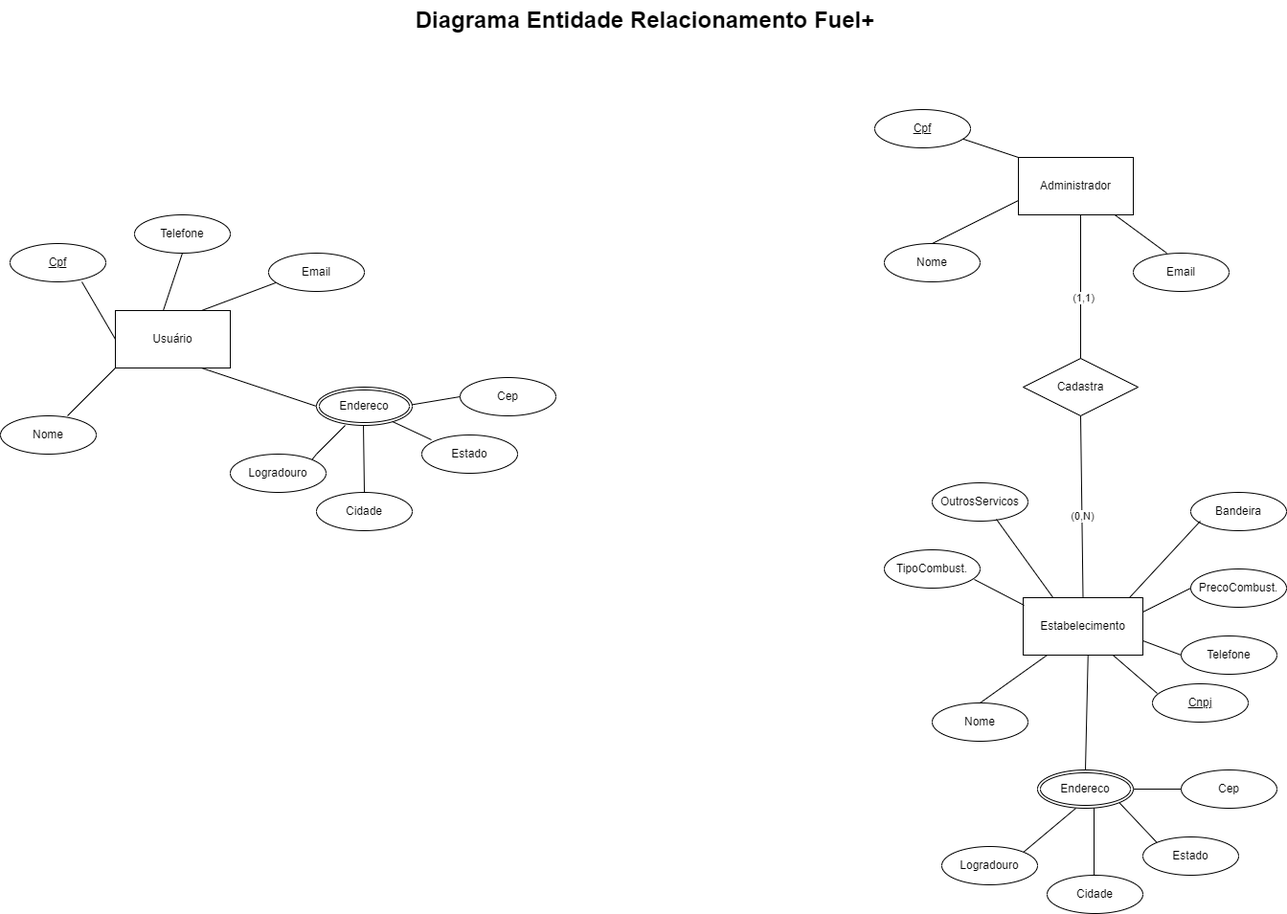
Before: docs/img/Diagrama ER Fuel+.drawio.png, a diagram exported from draw.io (ICEI-PUC-Minas-PMV-ADS/pmv-ads-2024-1-e3-proj-mov-t4-fuel). Source tidied: cells renumbered, new cells last; positions are measured from the earlier drawing's top-left corner, leaving out a move shared by most shapes. The source it was exported from:
```xml
<mxGraphModel>
  <root>
    <mxCell id="0" />
    <mxCell id="1" parent="0" />
    <mxCell id="2" value="Usuário" style="rounded=0;whiteSpace=wrap;html=1;" parent="1" vertex="1">
      <mxGeometry x="120" y="324" width="120" height="60" as="geometry" />
    </mxCell>
    <mxCell id="3" value="Administrador" style="rounded=0;whiteSpace=wrap;html=1;" parent="1" vertex="1">
      <mxGeometry x="1063" y="164" width="120" height="60" as="geometry" />
    </mxCell>
    <mxCell id="4" value="Estabelecimento" style="rounded=0;whiteSpace=wrap;html=1;" parent="1" vertex="1">
      <mxGeometry x="1068" y="624" width="125" height="60" as="geometry" />
    </mxCell>
    <mxCell id="5" style="endArrow=none;html=1;rounded=0;" parent="1" edge="1">
      <mxGeometry relative="1" as="geometry">
        <mxPoint x="70" y="434" as="sourcePoint" />
        <mxPoint x="120" y="384" as="targetPoint" />
      </mxGeometry>
    </mxCell>
    <mxCell id="6" style="endArrow=none;html=1;rounded=0;" parent="1" edge="1">
      <mxGeometry relative="1" as="geometry">
        <mxPoint x="210" y="324" as="sourcePoint" />
        <mxPoint x="290" y="294" as="targetPoint" />
        <Array as="points">
          <mxPoint x="210" y="324" />
        </Array>
      </mxGeometry>
    </mxCell>
    <mxCell id="7" style="endArrow=none;html=1;rounded=0;exitX=0;exitY=0.5;exitDx=0;exitDy=0;entryX=0.75;entryY=1;entryDx=0;entryDy=0;" parent="1" edge="1" target="2">
      <mxGeometry relative="1" as="geometry">
        <mxPoint x="330" y="424" as="sourcePoint" />
      </mxGeometry>
    </mxCell>
    <mxCell id="8" style="endArrow=none;html=1;rounded=0;" parent="1" edge="1" target="3">
      <mxGeometry relative="1" as="geometry">
        <mxPoint x="1218" y="264" as="sourcePoint" />
      </mxGeometry>
    </mxCell>
    <mxCell id="9" style="endArrow=none;html=1;rounded=0;entryX=0.5;entryY=1;entryDx=0;entryDy=0;exitX=0;exitY=0;exitDx=0;exitDy=0;" parent="1" edge="1" source="3">
      <mxGeometry relative="1" as="geometry">
        <mxPoint x="1003" y="144" as="targetPoint" />
      </mxGeometry>
    </mxCell>
    <mxCell id="10" style="endArrow=none;html=1;rounded=0;entryX=0;entryY=0.75;entryDx=0;entryDy=0;" parent="1" edge="1" target="3">
      <mxGeometry relative="1" as="geometry">
        <mxPoint x="973" y="254" as="sourcePoint" />
      </mxGeometry>
    </mxCell>
    <mxCell id="11" value="Cadastra" style="shape=rhombus;perimeter=rhombusPerimeter;whiteSpace=wrap;html=1;align=center;" parent="1" vertex="1">
      <mxGeometry x="1068" y="374" width="120" height="60" as="geometry" />
    </mxCell>
    <mxCell id="12" value="Cpf" style="ellipse;whiteSpace=wrap;html=1;align=center;fontStyle=4;" parent="1" vertex="1">
      <mxGeometry x="10" y="254" width="100" height="40" as="geometry" />
    </mxCell>
    <mxCell id="13" value="Logradouro" style="ellipse;whiteSpace=wrap;html=1;align=center;" parent="1" vertex="1">
      <mxGeometry x="240" y="474" width="100" height="40" as="geometry" />
    </mxCell>
    <mxCell id="14" value="Estado" style="ellipse;whiteSpace=wrap;html=1;align=center;" parent="1" vertex="1">
      <mxGeometry x="440" y="454" width="100" height="40" as="geometry" />
    </mxCell>
    <mxCell id="15" value="Cidade" style="ellipse;whiteSpace=wrap;html=1;align=center;" parent="1" vertex="1">
      <mxGeometry x="330" y="514" width="100" height="40" as="geometry" />
    </mxCell>
    <mxCell id="16" value="Cep" style="ellipse;whiteSpace=wrap;html=1;align=center;" parent="1" vertex="1">
      <mxGeometry x="480" y="394" width="100" height="40" as="geometry" />
    </mxCell>
    <mxCell id="17" style="endArrow=none;html=1;rounded=0;exitX=1;exitY=0;exitDx=0;exitDy=0;" parent="1" edge="1" source="13">
      <mxGeometry relative="1" as="geometry">
        <mxPoint x="360" y="444" as="targetPoint" />
        <Array as="points">
          <mxPoint x="330" y="474" />
        </Array>
      </mxGeometry>
    </mxCell>
    <mxCell id="18" style="endArrow=none;html=1;rounded=0;entryX=0.59;entryY=0.95;entryDx=0;entryDy=0;entryPerimeter=0;exitX=0.5;exitY=0;exitDx=0;exitDy=0;" parent="1" edge="1" source="15">
      <mxGeometry relative="1" as="geometry">
        <mxPoint x="379" y="442" as="targetPoint" />
      </mxGeometry>
    </mxCell>
    <mxCell id="19" style="endArrow=none;html=1;rounded=0;exitX=0;exitY=0.5;exitDx=0;exitDy=0;" parent="1" edge="1" source="2">
      <mxGeometry relative="1" as="geometry">
        <mxPoint x="85" y="294" as="targetPoint" />
      </mxGeometry>
    </mxCell>
    <mxCell id="20" style="endArrow=none;html=1;rounded=0;exitX=1;exitY=1;exitDx=0;exitDy=0;" parent="1" edge="1">
      <mxGeometry relative="1" as="geometry">
        <mxPoint x="405.4" y="438.1" as="sourcePoint" />
        <mxPoint x="450" y="459" as="targetPoint" />
      </mxGeometry>
    </mxCell>
    <mxCell id="21" style="endArrow=none;html=1;rounded=0;exitX=1;exitY=0.5;exitDx=0;exitDy=0;entryX=0;entryY=0.5;entryDx=0;entryDy=0;" parent="1" edge="1" target="16">
      <mxGeometry relative="1" as="geometry">
        <mxPoint x="420" y="424" as="sourcePoint" />
      </mxGeometry>
    </mxCell>
    <mxCell id="22" value="Email" style="ellipse;whiteSpace=wrap;html=1;align=center;" parent="1" vertex="1">
      <mxGeometry x="280" y="264" width="100" height="40" as="geometry" />
    </mxCell>
    <mxCell id="23" value="Nome" style="ellipse;whiteSpace=wrap;html=1;align=center;" parent="1" vertex="1">
      <mxGeometry y="434" width="100" height="40" as="geometry" />
    </mxCell>
    <mxCell id="24" value="Nome" style="ellipse;whiteSpace=wrap;html=1;align=center;" parent="1" vertex="1">
      <mxGeometry x="923" y="254" width="100" height="40" as="geometry" />
    </mxCell>
    <mxCell id="25" value="Logradouro" style="ellipse;whiteSpace=wrap;html=1;align=center;" parent="1" vertex="1">
      <mxGeometry x="983" y="884" width="100" height="40" as="geometry" />
    </mxCell>
    <mxCell id="26" value="Email" style="ellipse;whiteSpace=wrap;html=1;align=center;" parent="1" vertex="1">
      <mxGeometry x="1183" y="264" width="100" height="40" as="geometry" />
    </mxCell>
    <mxCell id="27" value="Estado" style="ellipse;whiteSpace=wrap;html=1;align=center;" parent="1" vertex="1">
      <mxGeometry x="1193" y="874" width="100" height="40" as="geometry" />
    </mxCell>
    <mxCell id="28" value="Cidade" style="ellipse;whiteSpace=wrap;html=1;align=center;" parent="1" vertex="1">
      <mxGeometry x="1093" y="914" width="100" height="40" as="geometry" />
    </mxCell>
    <mxCell id="29" style="endArrow=none;html=1;rounded=0;exitX=1;exitY=0;exitDx=0;exitDy=0;" parent="1" edge="1" source="25">
      <mxGeometry relative="1" as="geometry">
        <mxPoint x="1123" y="844" as="targetPoint" />
      </mxGeometry>
    </mxCell>
    <mxCell id="30" style="endArrow=none;html=1;rounded=0;entryX=0.59;entryY=0.95;entryDx=0;entryDy=0;entryPerimeter=0;" parent="1" edge="1">
      <mxGeometry relative="1" as="geometry">
        <mxPoint x="1142" y="914" as="sourcePoint" />
        <mxPoint x="1142" y="842" as="targetPoint" />
      </mxGeometry>
    </mxCell>
    <mxCell id="31" style="endArrow=none;html=1;rounded=0;exitX=1;exitY=1;exitDx=0;exitDy=0;entryX=0;entryY=0;entryDx=0;entryDy=0;" parent="1" edge="1" target="27">
      <mxGeometry relative="1" as="geometry">
        <mxPoint x="1168.4" y="838.1" as="sourcePoint" />
      </mxGeometry>
    </mxCell>
    <mxCell id="32" style="endArrow=none;html=1;rounded=0;exitX=0.5;exitY=0;exitDx=0;exitDy=0;entryX=0.542;entryY=1;entryDx=0;entryDy=0;entryPerimeter=0;" parent="1" edge="1" source="43" target="4">
      <mxGeometry relative="1" as="geometry" />
    </mxCell>
    <mxCell id="33" value="Cep" style="ellipse;whiteSpace=wrap;html=1;align=center;" parent="1" vertex="1">
      <mxGeometry x="1233" y="804" width="100" height="40" as="geometry" />
    </mxCell>
    <mxCell id="34" style="endArrow=none;html=1;rounded=0;exitX=1;exitY=0.5;exitDx=0;exitDy=0;entryX=0;entryY=0.5;entryDx=0;entryDy=0;" parent="1" edge="1" target="33">
      <mxGeometry relative="1" as="geometry">
        <mxPoint x="1183" y="824" as="sourcePoint" />
      </mxGeometry>
    </mxCell>
    <mxCell id="35" style="endArrow=none;html=1;rounded=0;exitX=0.75;exitY=1;exitDx=0;exitDy=0;entryX=0.05;entryY=0.25;entryDx=0;entryDy=0;entryPerimeter=0;" parent="1" edge="1" source="4" target="44">
      <mxGeometry relative="1" as="geometry" />
    </mxCell>
    <mxCell id="36" style="endArrow=none;html=1;rounded=0;exitX=0.5;exitY=0;exitDx=0;exitDy=0;" parent="1" edge="1" source="37">
      <mxGeometry relative="1" as="geometry">
        <mxPoint x="1093" y="684" as="targetPoint" />
      </mxGeometry>
    </mxCell>
    <mxCell id="37" value="Nome" style="ellipse;whiteSpace=wrap;html=1;align=center;" parent="1" vertex="1">
      <mxGeometry x="973" y="734" width="100" height="40" as="geometry" />
    </mxCell>
    <mxCell id="38" style="endArrow=none;html=1;rounded=0;exitX=0.5;exitY=0;exitDx=0;exitDy=0;" parent="1" edge="1" source="11">
      <mxGeometry relative="1" as="geometry">
        <mxPoint x="1128" y="224" as="targetPoint" />
      </mxGeometry>
    </mxCell>
    <mxCell id="39" value="(1,1)" style="edgeLabel;html=1;align=center;verticalAlign=middle;" parent="38" vertex="1">
      <mxGeometry x="-0.15" y="-2" relative="1" as="geometry" />
    </mxCell>
    <mxCell id="40" style="endArrow=none;html=1;rounded=0;exitX=0.5;exitY=0;exitDx=0;exitDy=0;" parent="1" edge="1" source="4">
      <mxGeometry relative="1" as="geometry">
        <mxPoint x="1128" y="434" as="targetPoint" />
      </mxGeometry>
    </mxCell>
    <mxCell id="41" value="(0,N)" style="edgeLabel;html=1;align=center;verticalAlign=middle;" parent="40" vertex="1">
      <mxGeometry x="-0.1" relative="1" as="geometry" />
    </mxCell>
    <mxCell id="42" value="Endereco" style="ellipse;shape=doubleEllipse;margin=3;whiteSpace=wrap;html=1;align=center;" parent="1" vertex="1">
      <mxGeometry x="330" y="404" width="100" height="40" as="geometry" />
    </mxCell>
    <mxCell id="43" value="Endereco" style="ellipse;shape=doubleEllipse;margin=3;whiteSpace=wrap;html=1;align=center;" parent="1" vertex="1">
      <mxGeometry x="1083" y="804" width="100" height="40" as="geometry" />
    </mxCell>
    <mxCell id="44" value="Cnpj" style="ellipse;whiteSpace=wrap;html=1;align=center;fontStyle=4;" parent="1" vertex="1">
      <mxGeometry x="1203" y="714" width="100" height="40" as="geometry" />
    </mxCell>
    <mxCell id="45" value="Cpf" style="ellipse;whiteSpace=wrap;html=1;align=center;fontStyle=4;" parent="1" vertex="1">
      <mxGeometry x="913" y="114" width="100" height="40" as="geometry" />
    </mxCell>
    <mxCell id="46" value="Telefone" style="ellipse;whiteSpace=wrap;html=1;align=center;" parent="1" vertex="1">
      <mxGeometry x="140" y="224" width="100" height="40" as="geometry" />
    </mxCell>
    <mxCell id="47" style="endArrow=none;html=1;rounded=0;entryX=0.5;entryY=1;entryDx=0;entryDy=0;" parent="1" edge="1" target="46">
      <mxGeometry relative="1" as="geometry">
        <mxPoint x="170" y="324" as="sourcePoint" />
      </mxGeometry>
    </mxCell>
    <mxCell id="48" value="Telefone" style="ellipse;whiteSpace=wrap;html=1;align=center;" parent="1" vertex="1">
      <mxGeometry x="1233" y="664" width="100" height="40" as="geometry" />
    </mxCell>
    <mxCell id="49" style="endArrow=none;html=1;rounded=0;entryX=0;entryY=0.5;entryDx=0;entryDy=0;exitX=1;exitY=0.75;exitDx=0;exitDy=0;" parent="1" edge="1" source="4" target="48">
      <mxGeometry relative="1" as="geometry" />
    </mxCell>
    <mxCell id="50" value="OutrosServicos" style="ellipse;whiteSpace=wrap;html=1;align=center;" parent="1" vertex="1">
      <mxGeometry x="973" y="504" width="100" height="40" as="geometry" />
    </mxCell>
    <mxCell id="51" value="TipoCombust." style="ellipse;whiteSpace=wrap;html=1;align=center;" parent="1" vertex="1">
      <mxGeometry x="923" y="574" width="100" height="40" as="geometry" />
    </mxCell>
    <mxCell id="52" value="Bandeira" style="ellipse;whiteSpace=wrap;html=1;align=center;" parent="1" vertex="1">
      <mxGeometry x="1243" y="514" width="100" height="40" as="geometry" />
    </mxCell>
    <mxCell id="53" value="PrecoCombust." style="ellipse;whiteSpace=wrap;html=1;align=center;" parent="1" vertex="1">
      <mxGeometry x="1243" y="594" width="100" height="40" as="geometry" />
    </mxCell>
    <mxCell id="54" style="endArrow=none;html=1;rounded=0;exitX=0.94;exitY=0.775;exitDx=0;exitDy=0;exitPerimeter=0;entryX=0.008;entryY=0.133;entryDx=0;entryDy=0;entryPerimeter=0;" parent="1" edge="1" source="51" target="4">
      <mxGeometry relative="1" as="geometry" />
    </mxCell>
    <mxCell id="55" style="endArrow=none;html=1;rounded=0;exitX=1;exitY=0.25;exitDx=0;exitDy=0;entryX=0;entryY=0.5;entryDx=0;entryDy=0;" parent="1" edge="1" source="4" target="53">
      <mxGeometry relative="1" as="geometry" />
    </mxCell>
    <mxCell id="56" style="endArrow=none;html=1;rounded=0;entryX=0.67;entryY=0.95;entryDx=0;entryDy=0;entryPerimeter=0;exitX=0.25;exitY=0;exitDx=0;exitDy=0;" parent="1" edge="1" source="4" target="50">
      <mxGeometry relative="1" as="geometry" />
    </mxCell>
    <mxCell id="57" style="endArrow=none;html=1;rounded=0;exitX=0.888;exitY=0;exitDx=0;exitDy=0;exitPerimeter=0;" parent="1" edge="1" source="4">
      <mxGeometry relative="1" as="geometry">
        <mxPoint x="1253" y="544" as="targetPoint" />
      </mxGeometry>
    </mxCell>
    <mxCell id="58" value="&lt;b&gt;&lt;font style=&quot;font-size: 24px;&quot;&gt;Diagrama Entidade Relacionamento Fuel+&lt;/font&gt;&lt;/b&gt;" style="text;html=1;align=center;verticalAlign=middle;strokeColor=none;fillColor=none;" parent="1" vertex="1">
      <mxGeometry x="424" width="497" height="41" as="geometry" />
    </mxCell>
  </root>
</mxGraphModel>
```
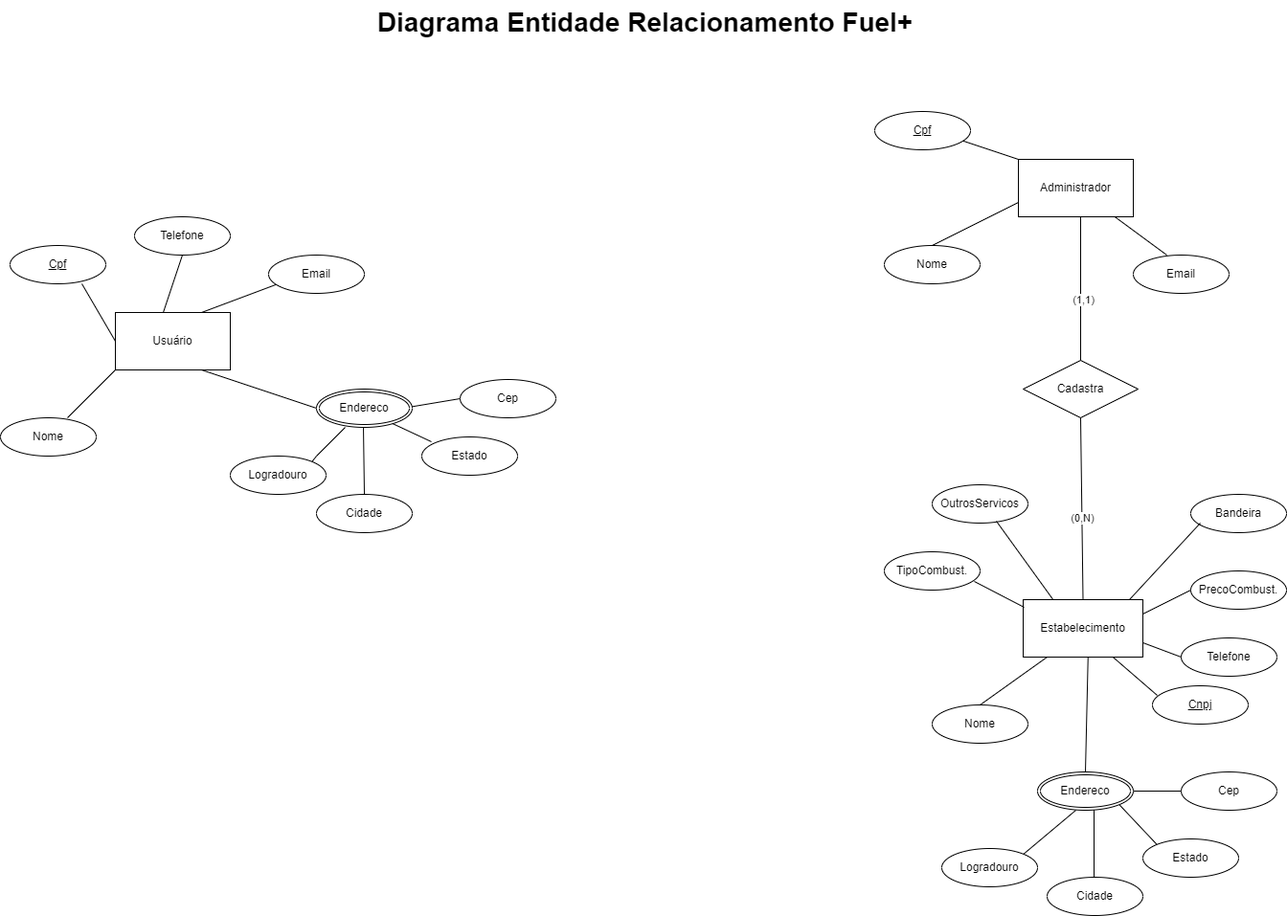
Above is the later version.

The edit, as a diff of the source:
```diff
@@ -220,8 +220,8 @@
         <mxPoint x="1253" y="544" as="targetPoint" />
       </mxGeometry>
     </mxCell>
-    <mxCell id="58" value="&lt;b&gt;&lt;font style=&quot;font-size: 24px;&quot;&gt;Diagrama Entidade Relacionamento Fuel+&lt;/font&gt;&lt;/b&gt;" style="text;html=1;align=center;verticalAlign=middle;strokeColor=none;fillColor=none;" parent="1" vertex="1">
-      <mxGeometry x="424" width="497" height="41" as="geometry" />
+    <mxCell id="58" value="&lt;b&gt;&lt;font style=&quot;font-size: 28px;&quot;&gt;Diagrama Entidade Relacionamento Fuel+&lt;/font&gt;&lt;/b&gt;" style="text;html=1;align=center;verticalAlign=middle;strokeColor=none;fillColor=none;" parent="1" vertex="1">
+      <mxGeometry x="384" y="-2" width="577" height="46" as="geometry" />
     </mxCell>
   </root>
 </mxGraphModel>
```
